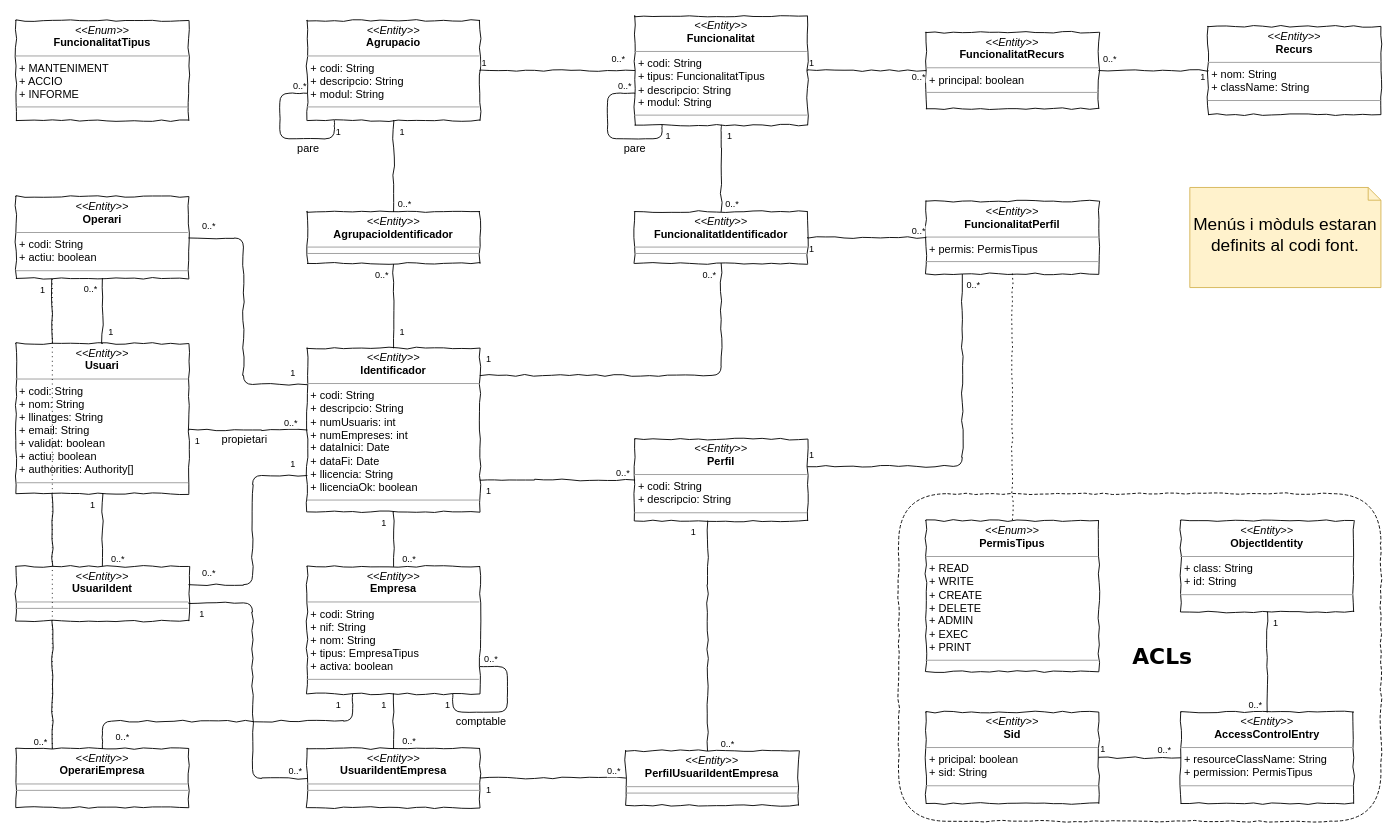
Earlier version of the draw.io diagram doc/cecocloud_model_dades.drawio (poliver-limit/cecocloud). Source tidied: cells renumbered, new cells numbered last; positions are measured from the earlier drawing's top-left corner, leaving out a move shared by most shapes. Both pictures are drawn from the tidied source at 91%, with x=0, y=0 at pixel (15, 15).
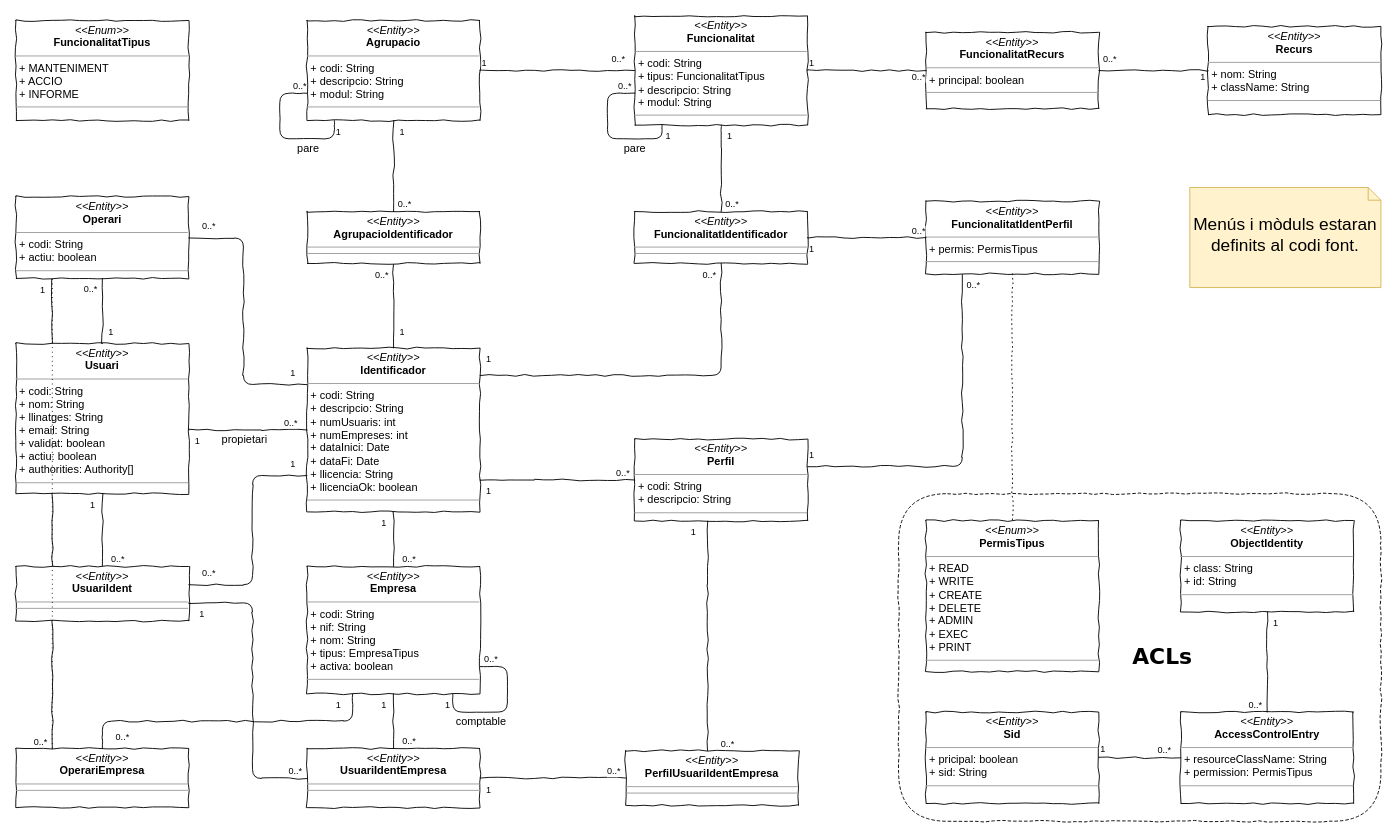
The same page after the edit.

What changed in the source:
```diff
@@
-    <mxCell id="70" value="&lt;p style=&quot;margin: 0px ; margin-top: 4px ; text-align: center&quot;&gt;&lt;i&gt;&amp;lt;&amp;lt;Entity&amp;gt;&amp;gt;&lt;/i&gt;&lt;br&gt;&lt;b&gt;FuncionalitatPerfil&lt;/b&gt;&lt;/p&gt;&lt;hr size=&quot;1&quot;&gt;&lt;p style=&quot;margin: 0px ; margin-left: 4px&quot;&gt;+ permis: PermisTipus&lt;/p&gt;&lt;hr size=&quot;1&quot;&gt;" style="verticalAlign=top;align=left;overflow=fill;fontSize=12;fontFamily=Helvetica;html=1;comic=1;" parent="1" vertex="1">
+    <mxCell id="70" value="&lt;p style=&quot;margin: 0px ; margin-top: 4px ; text-align: center&quot;&gt;&lt;i&gt;&amp;lt;&amp;lt;Entity&amp;gt;&amp;gt;&lt;/i&gt;&lt;br&gt;&lt;b&gt;FuncionalitatIdentPerfil&lt;/b&gt;&lt;/p&gt;&lt;hr size=&quot;1&quot;&gt;&lt;p style=&quot;margin: 0px ; margin-left: 4px&quot;&gt;+ permis: PermisTipus&lt;/p&gt;&lt;hr size=&quot;1&quot;&gt;" style="verticalAlign=top;align=left;overflow=fill;fontSize=12;fontFamily=Helvetica;html=1;comic=1;" parent="1" vertex="1">
       <mxGeometry x="1000" y="203.5" width="190" height="80" as="geometry" />
     </mxCell>
```
